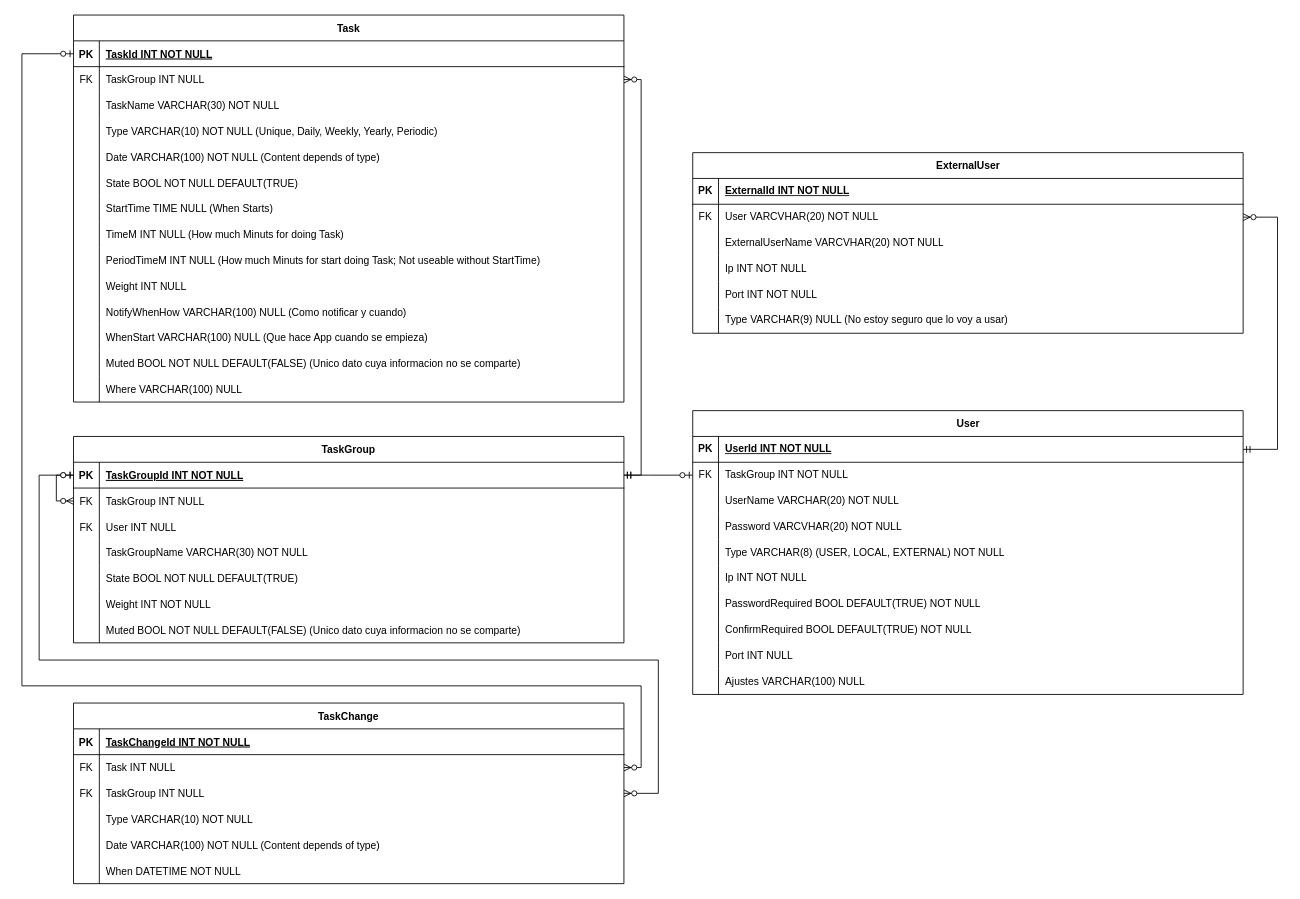
Before: DiseñoBaseDeDatos.drawio in Gosha1030/ProyectoIntermodularGeorgii, a draw.io diagram. Source tidied: cells renumbered, new cells numbered last; positions are measured from the earlier drawing's top-left corner, leaving out a move shared by most shapes. Both pictures are drawn from the tidied source at 86%, with x=0, y=0 at pixel (22, 15).
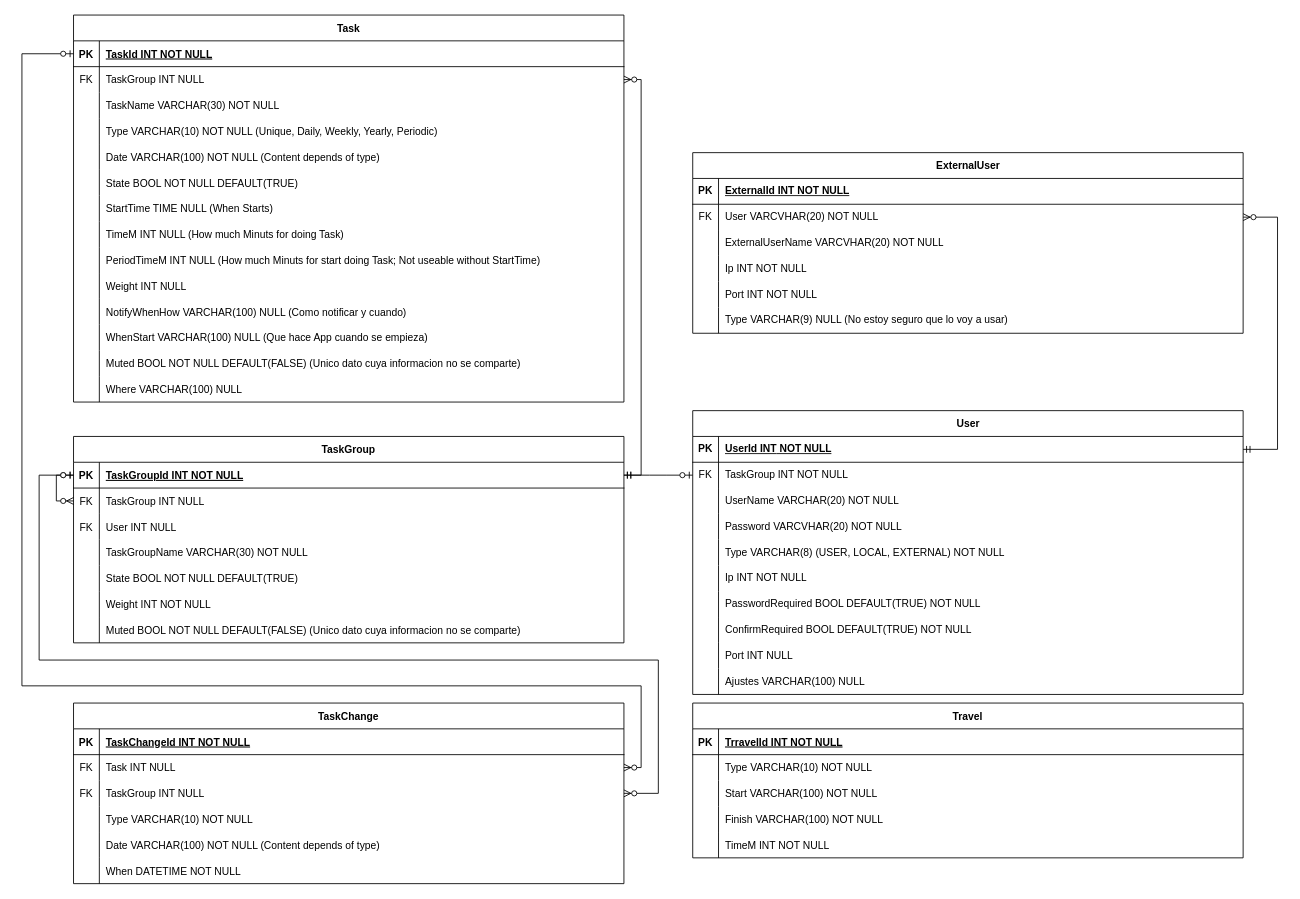
The same page after the edit.

The edit, as a diff of the source:
```diff
@@
+    <mxCell id="142" value="Travel" style="shape=table;startSize=30;childLayout=tableLayout;rowLines=0;fontStyle=1;align=center;" parent="1" vertex="1">
+      <mxGeometry x="780" y="800" width="640" height="180" as="geometry" />
+    </mxCell>
+    <mxCell id="143" style="shape=partialRectangle;fillColor=none;top=0;left=0;right=0;bottom=1;" parent="142" vertex="1">
+      <mxGeometry y="30" width="640" height="30" as="geometry" />
+    </mxCell>
+    <mxCell id="144" value="PK" style="shape=partialRectangle;overflow=hidden;fillColor=none;top=0;left=0;bottom=0;right=0;fontStyle=1;" parent="143" vertex="1">
+      <mxGeometry width="30" height="30" as="geometry" />
+    </mxCell>
+    <mxCell id="145" value="TrravelId INT NOT NULL " style="shape=partialRectangle;overflow=hidden;fillColor=none;top=0;left=0;bottom=0;right=0;align=left;spacingLeft=6;fontStyle=5;" parent="143" vertex="1">
+      <mxGeometry x="30" width="610" height="30" as="geometry" />
+    </mxCell>
+    <mxCell id="146" style="shape=partialRectangle;fillColor=none;top=0;left=0;right=0;bottom=0;" parent="142" vertex="1">
+      <mxGeometry y="60" width="640" height="30" as="geometry" />
+    </mxCell>
+    <mxCell id="147" style="shape=partialRectangle;overflow=hidden;fillColor=none;top=0;left=0;bottom=0;right=0;" parent="146" vertex="1">
+      <mxGeometry width="30" height="30" as="geometry" />
+    </mxCell>
+    <mxCell id="148" value="Type VARCHAR(10) NOT NULL " style="shape=partialRectangle;overflow=hidden;fillColor=none;top=0;left=0;bottom=0;right=0;align=left;spacingLeft=6;" parent="146" vertex="1">
+      <mxGeometry x="30" width="610" height="30" as="geometry" />
+    </mxCell>
+    <mxCell id="149" style="shape=partialRectangle;fillColor=none;top=0;left=0;right=0;bottom=0;" parent="142" vertex="1">
+      <mxGeometry y="90" width="640" height="30" as="geometry" />
+    </mxCell>
+    <mxCell id="150" style="shape=partialRectangle;overflow=hidden;fillColor=none;top=0;left=0;bottom=0;right=0;" parent="149" vertex="1">
+      <mxGeometry width="30" height="30" as="geometry" />
+    </mxCell>
+    <mxCell id="151" value="Start VARCHAR(100) NOT NULL " style="shape=partialRectangle;overflow=hidden;fillColor=none;top=0;left=0;bottom=0;right=0;align=left;spacingLeft=6;" parent="149" vertex="1">
+      <mxGeometry x="30" width="610" height="30" as="geometry" />
+    </mxCell>
+    <mxCell id="152" style="shape=partialRectangle;fillColor=none;top=0;left=0;right=0;bottom=0;" parent="142" vertex="1">
+      <mxGeometry y="120" width="640" height="30" as="geometry" />
+    </mxCell>
+    <mxCell id="153" style="shape=partialRectangle;overflow=hidden;fillColor=none;top=0;left=0;bottom=0;right=0;" parent="152" vertex="1">
+      <mxGeometry width="30" height="30" as="geometry" />
+    </mxCell>
+    <mxCell id="154" value="Finish VARCHAR(100) NOT NULL " style="shape=partialRectangle;overflow=hidden;fillColor=none;top=0;left=0;bottom=0;right=0;align=left;spacingLeft=6;" parent="152" vertex="1">
+      <mxGeometry x="30" width="610" height="30" as="geometry" />
+    </mxCell>
+    <mxCell id="155" style="shape=partialRectangle;fillColor=none;top=0;left=0;right=0;bottom=0;" parent="142" vertex="1">
+      <mxGeometry y="150" width="640" height="30" as="geometry" />
+    </mxCell>
+    <mxCell id="156" style="shape=partialRectangle;overflow=hidden;fillColor=none;top=0;left=0;bottom=0;right=0;" parent="155" vertex="1">
+      <mxGeometry width="30" height="30" as="geometry" />
+    </mxCell>
+    <mxCell id="157" value="TimeM INT NOT NULL" style="shape=partialRectangle;overflow=hidden;fillColor=none;top=0;left=0;bottom=0;right=0;align=left;spacingLeft=6;" parent="155" vertex="1">
+      <mxGeometry x="30" width="610" height="30" as="geometry" />
+    </mxCell>
```
